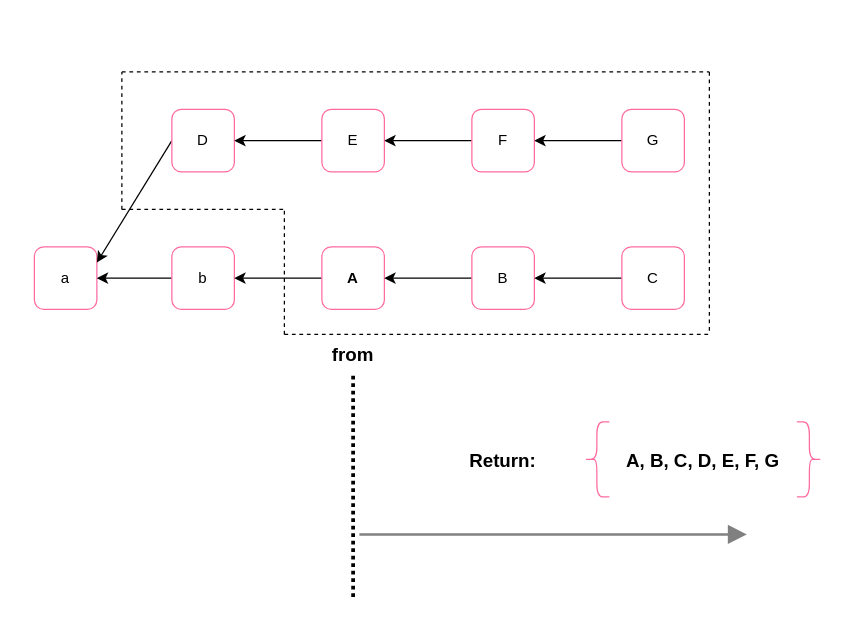
aweneagle/aweneagle.github.io keeps this draw.io diagram as 未命名绘图.drawio. Above is the earlier version. Source tidied: cells renumbered, new cells numbered last; positions are measured from the earlier drawing's top-left corner, leaving out a move shared by most shapes. Both pictures are drawn from the tidied source at 125%, with x=0, y=0 at pixel (34, 71).
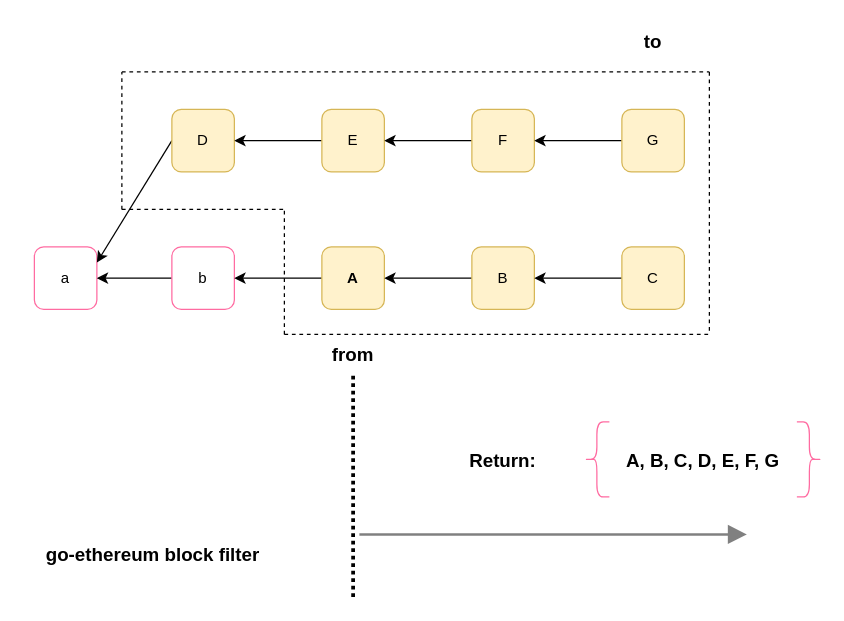
Above is the later version.

Commit message:
更新未命名绘图.drawio

What changed in the source:
```diff
@@
-    <mxCell id="6" value="&lt;b&gt;A&lt;/b&gt;" style="rounded=1;whiteSpace=wrap;html=1;strokeColor=#FF6BA1;" parent="1" vertex="1">
+    <mxCell id="6" value="&lt;b&gt;A&lt;/b&gt;" style="rounded=1;whiteSpace=wrap;html=1;strokeColor=#d6b656;fillColor=#fff2cc;" parent="1" vertex="1">
       <mxGeometry x="230" y="140" width="50" height="50" as="geometry" />
     </mxCell>
@@
-    <mxCell id="8" value="B" style="rounded=1;whiteSpace=wrap;html=1;strokeColor=#FF6BA1;" parent="1" vertex="1">
+    <mxCell id="8" value="B" style="rounded=1;whiteSpace=wrap;html=1;strokeColor=#d6b656;fillColor=#fff2cc;" parent="1" vertex="1">
       <mxGeometry x="350" y="140" width="50" height="50" as="geometry" />
     </mxCell>
@@
-    <mxCell id="10" value="C" style="rounded=1;whiteSpace=wrap;html=1;strokeColor=#FF6BA1;" parent="1" vertex="1">
+    <mxCell id="10" value="C" style="rounded=1;whiteSpace=wrap;html=1;strokeColor=#d6b656;fillColor=#fff2cc;" parent="1" vertex="1">
       <mxGeometry x="470" y="140" width="50" height="50" as="geometry" />
     </mxCell>
@@
-    <mxCell id="12" value="D" style="rounded=1;whiteSpace=wrap;html=1;strokeColor=#FF6BA1;" parent="1" vertex="1">
+    <mxCell id="12" value="D" style="rounded=1;whiteSpace=wrap;html=1;strokeColor=#d6b656;fillColor=#fff2cc;" parent="1" vertex="1">
       <mxGeometry x="110" y="30" width="50" height="50" as="geometry" />
     </mxCell>
@@
-    <mxCell id="14" value="E" style="rounded=1;whiteSpace=wrap;html=1;strokeColor=#FF6BA1;" parent="1" vertex="1">
+    <mxCell id="14" value="E" style="rounded=1;whiteSpace=wrap;html=1;strokeColor=#d6b656;fillColor=#fff2cc;" parent="1" vertex="1">
       <mxGeometry x="230" y="30" width="50" height="50" as="geometry" />
     </mxCell>
@@
-    <mxCell id="16" value="F" style="rounded=1;whiteSpace=wrap;html=1;strokeColor=#FF6BA1;" parent="1" vertex="1">
+    <mxCell id="16" value="F" style="rounded=1;whiteSpace=wrap;html=1;strokeColor=#d6b656;fillColor=#fff2cc;" parent="1" vertex="1">
       <mxGeometry x="350" y="30" width="50" height="50" as="geometry" />
     </mxCell>
@@
-    <mxCell id="18" value="G" style="rounded=1;whiteSpace=wrap;html=1;strokeColor=#FF6BA1;" parent="1" vertex="1">
+    <mxCell id="18" value="G" style="rounded=1;whiteSpace=wrap;html=1;strokeColor=#d6b656;fillColor=#fff2cc;" parent="1" vertex="1">
       <mxGeometry x="470" y="30" width="50" height="50" as="geometry" />
     </mxCell>
@@
+    <mxCell id="32" value="go-ethereum block filter" style="text;strokeColor=none;fillColor=none;align=center;verticalAlign=middle;spacingLeft=4;spacingRight=4;overflow=hidden;fontStyle=1;fontSize=15;" parent="1" vertex="1">
+      <mxGeometry x="-10" y="350" width="210" height="70" as="geometry" />
+    </mxCell>
+    <mxCell id="33" value="to" style="text;strokeColor=none;fillColor=none;align=center;verticalAlign=middle;spacingLeft=4;spacingRight=4;overflow=hidden;fontStyle=1;fontSize=15;" parent="1" vertex="1">
+      <mxGeometry x="455" y="-40" width="80" height="30" as="geometry" />
+    </mxCell>
```
